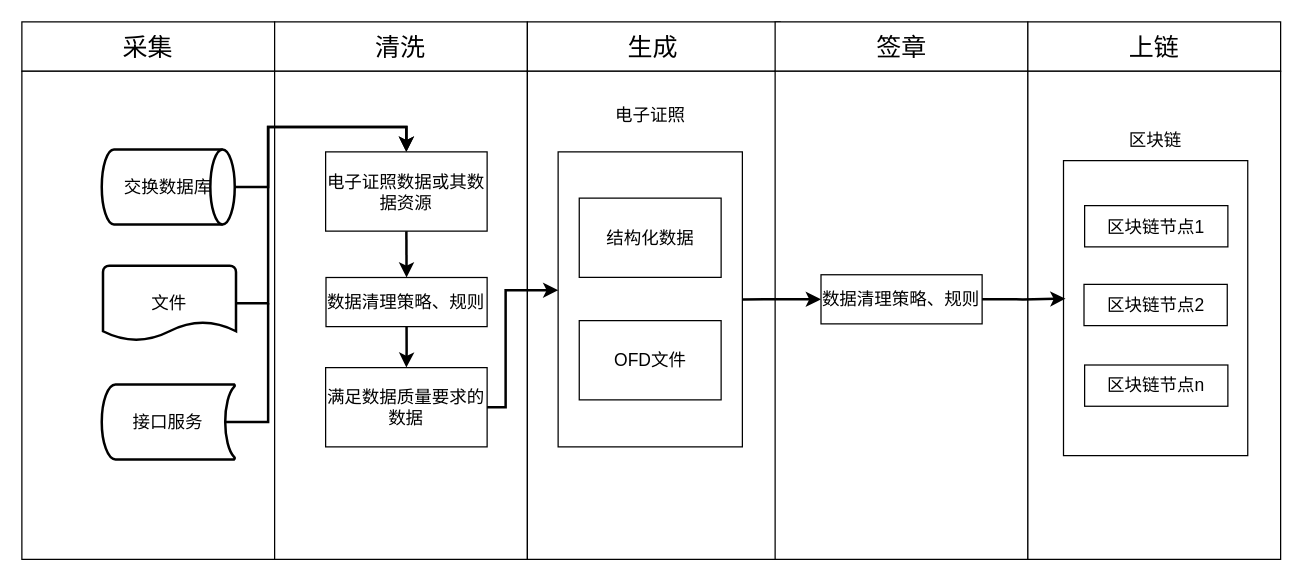
Before: 电子证照.drawio in ForLina/sxc_contract, a draw.io diagram. Source tidied: cells renumbered, new cells numbered last; positions are measured from the earlier drawing's top-left corner, leaving out a move shared by most shapes. Both pictures are drawn from the tidied source at 125%, with x=0, y=0 at pixel (21, 21).
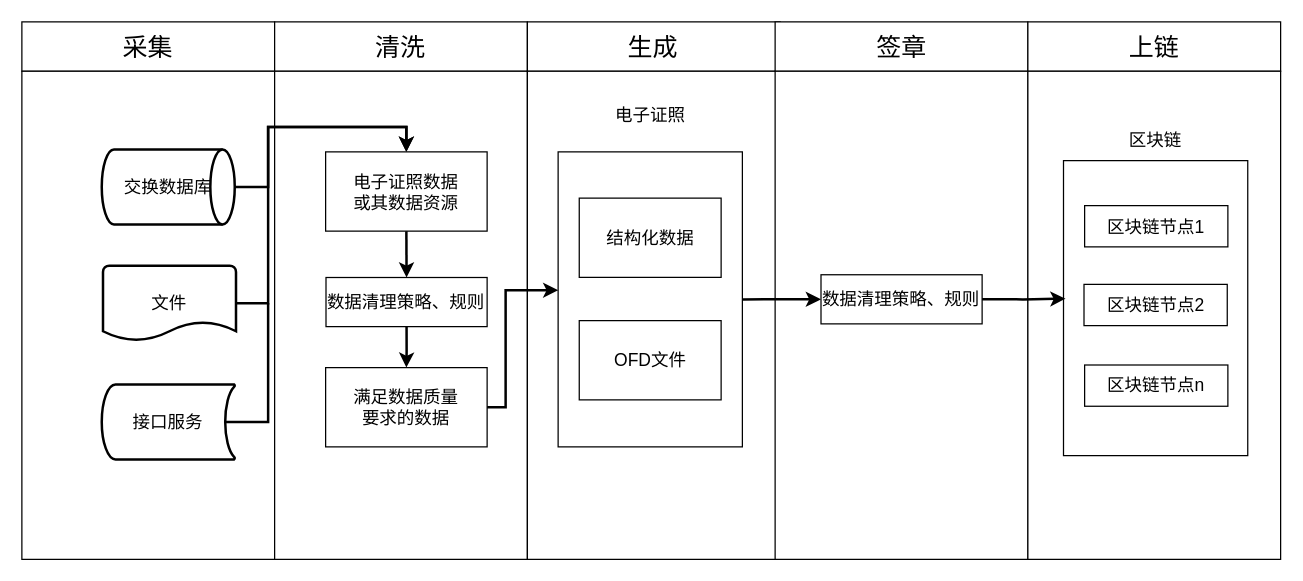
The same diagram, later.

Commit message (it also covers changes not shown here):
更新电子证照.drawio

Unchanged cells that the change refers to:
```xml
<mxCell id="13" style="group;fontSize=14;whiteSpace=wrap;" parent="10" vertex="1">
  <mxGeometry x="40.8" y="104" width="129.2" height="236" as="geometry" />
</mxCell>
```

Change to the diagram source:
```diff
@@
-    <mxCell id="15" value="&lt;font style=&quot;font-size: 14px;&quot;&gt;电子证照数据或其数据资源&lt;/font&gt;" style="rounded=0;whiteSpace=wrap;html=1;fontSize=14;" parent="13" vertex="1">
+    <mxCell id="15" value="&lt;font style=&quot;font-size: 14px;&quot;&gt;电子证照数据&lt;br&gt;或其数据资源&lt;/font&gt;" style="rounded=0;whiteSpace=wrap;html=1;fontSize=14;" parent="13" vertex="1">
       <mxGeometry width="129.2" height="63.4" as="geometry" />
     </mxCell>
@@
-    <mxCell id="18" value="&lt;span style=&quot;font-size: 14px;&quot;&gt;满足数据质量要求的数据&lt;/span&gt;" style="rounded=0;whiteSpace=wrap;html=1;fontSize=14;" parent="13" vertex="1">
+    <mxCell id="18" value="&lt;span style=&quot;font-size: 14px;&quot;&gt;满足数据质量&lt;br&gt;要求的数据&lt;/span&gt;" style="rounded=0;whiteSpace=wrap;html=1;fontSize=14;" parent="13" vertex="1">
       <mxGeometry y="172.6" width="129.2" height="63.4" as="geometry" />
     </mxCell>
```
